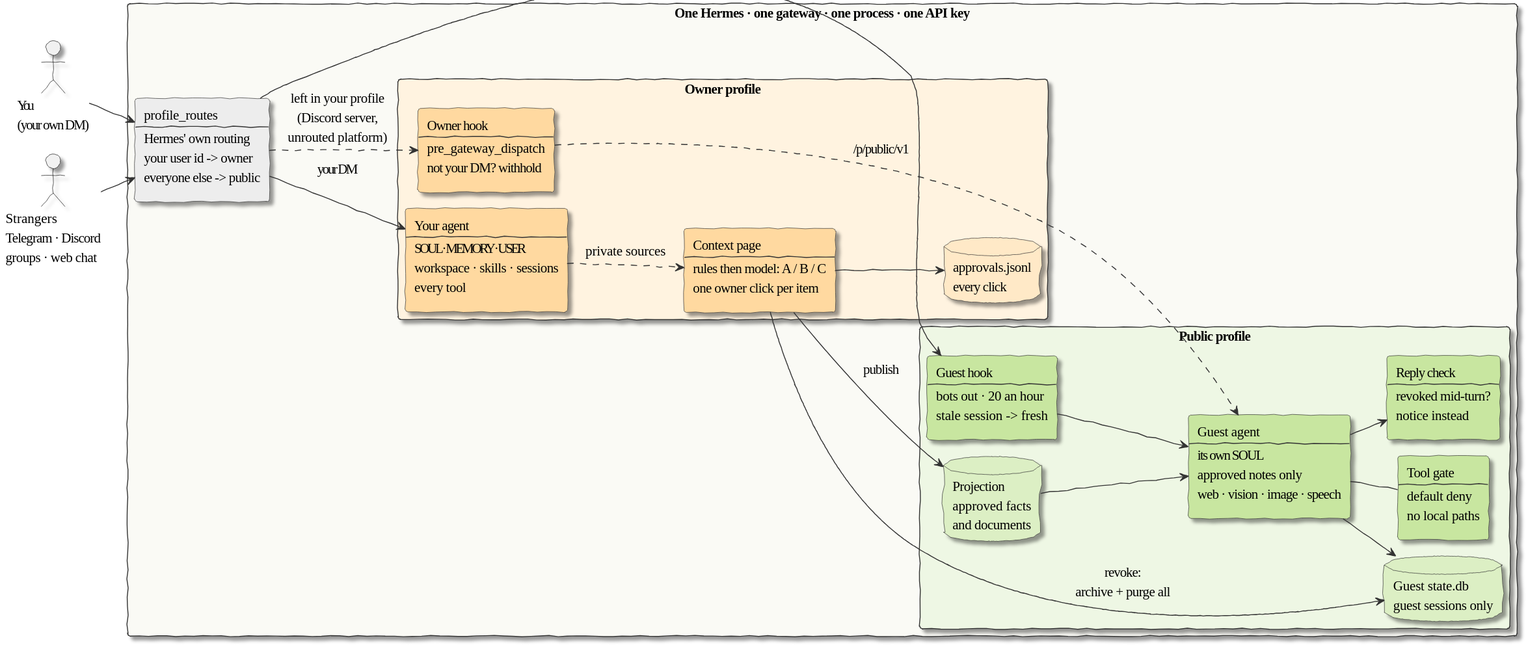
The PlantUML diagram docs/diagrams/overview.svg in dotv-7/salts-secrets-plugin, before a commit.
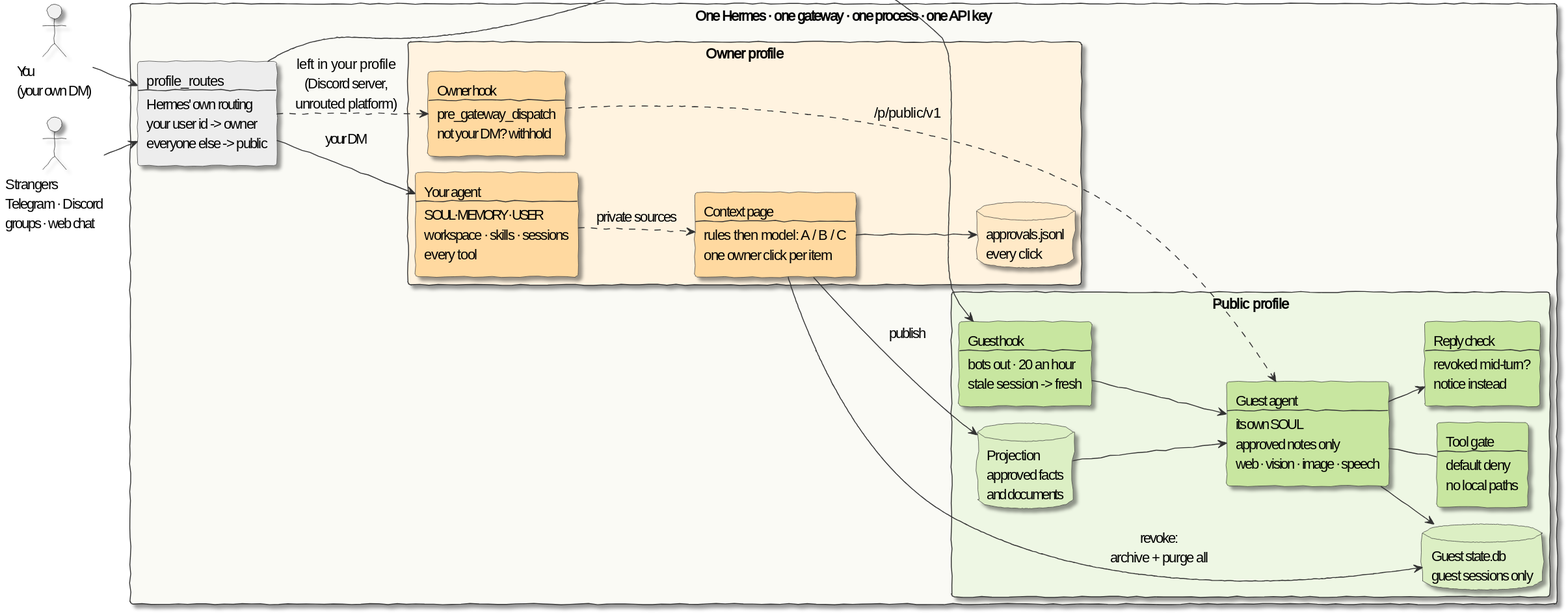
After the commit.

Commit message:
Sync with salts-secrets #49: diagram and comparison table first in the README, diagrams in Patrick Hand

Change to the diagram source:
```diff
@@ -1,8 +1,8 @@
 @startuml
 !pragma layout smetana
 skinparam handwritten true
-skinparam defaultFontName Dekko
-skinparam defaultFontSize 15
+skinparam defaultFontName "Patrick Hand"
+skinparam defaultFontSize 16
 skinparam shadowing true
 skinparam backgroundColor white
 skinparam ArrowColor #333333
@@ -39,7 +39,7 @@
 you --> routes
 guest --> routes
 routes --> oagent : your DM
-routes --> ghook : everyone else
+routes --> ghook
 routes ..> ohook : left in your profile\n(Discord server,\nunrouted platform)
 ohook ..> pagent : /p/public/v1
 ghook --> pagent
```
